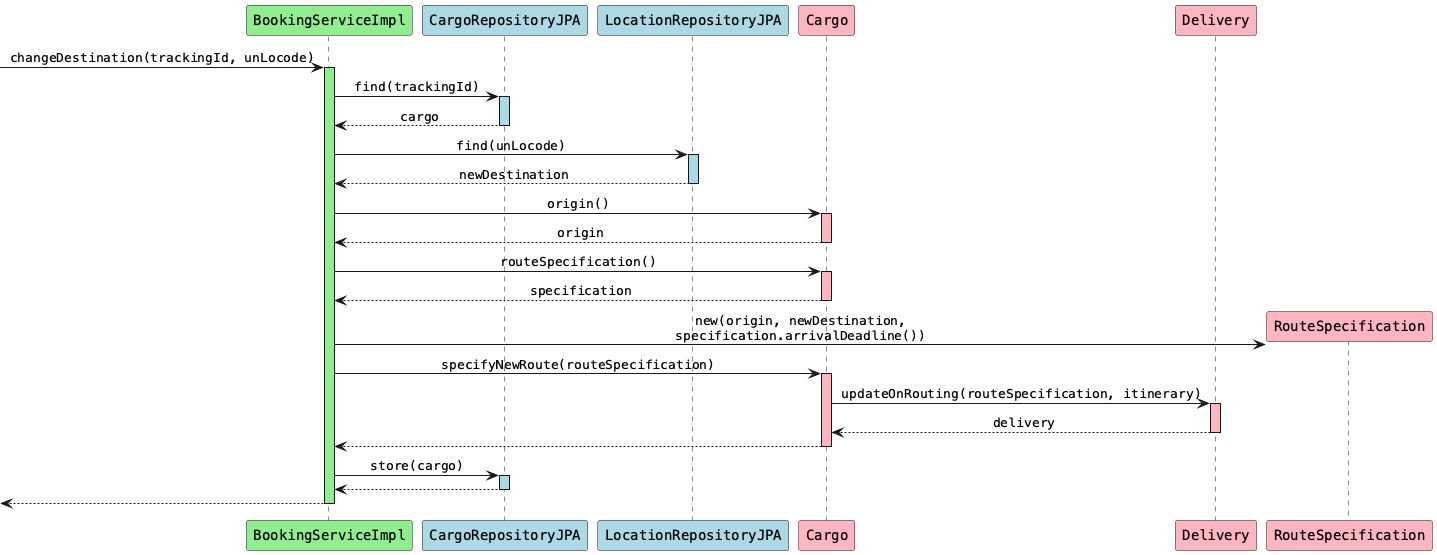
The PlantUML diagram diagrams/BookingServiceImpl_changeDestination.png in aowss/dddsample-core, before a commit. Its diagram source:
```plantuml
@startuml
skinparam monochrome false
skinparam defaultFontName Courier
skinparam sequenceMessageAlign center

participant "BookingServiceImpl" as bs #lightgreen
participant "CargoRepositoryJPA" as cr #lightblue
participant "LocationRepositoryJPA" as lr #lightblue
participant "Cargo" as c #lightpink
participant "Delivery" as d #lightpink
participant "RouteSpecification" as rs #lightpink

[-> bs: changeDestination(trackingId, unLocode)
activate bs #lightgreen

bs -> cr: find(trackingId)
activate cr #lightblue
cr --> bs: cargo
deactivate cr

bs -> lr: find(unLocode)
activate lr #lightblue
lr --> bs: newDestination
deactivate lr

bs -> c: origin()
activate c #lightpink
c --> bs: origin
deactivate c

bs -> c: routeSpecification()
activate c #lightpink
c --> bs: specification
deactivate c

create rs
bs -> rs: new(origin, newDestination,\nspecification.arrivalDeadline())

bs -> c: specifyNewRoute(routeSpecification)
activate c #lightpink

c -> d: updateOnRouting(routeSpecification, itinerary)
activate d #lightpink
d --> c: delivery
deactivate d

c --> bs
deactivate c

bs -> cr: store(cargo)
activate cr #lightblue
cr --> bs
deactivate cr

[<-- bs
deactivate bs

@enduml
```
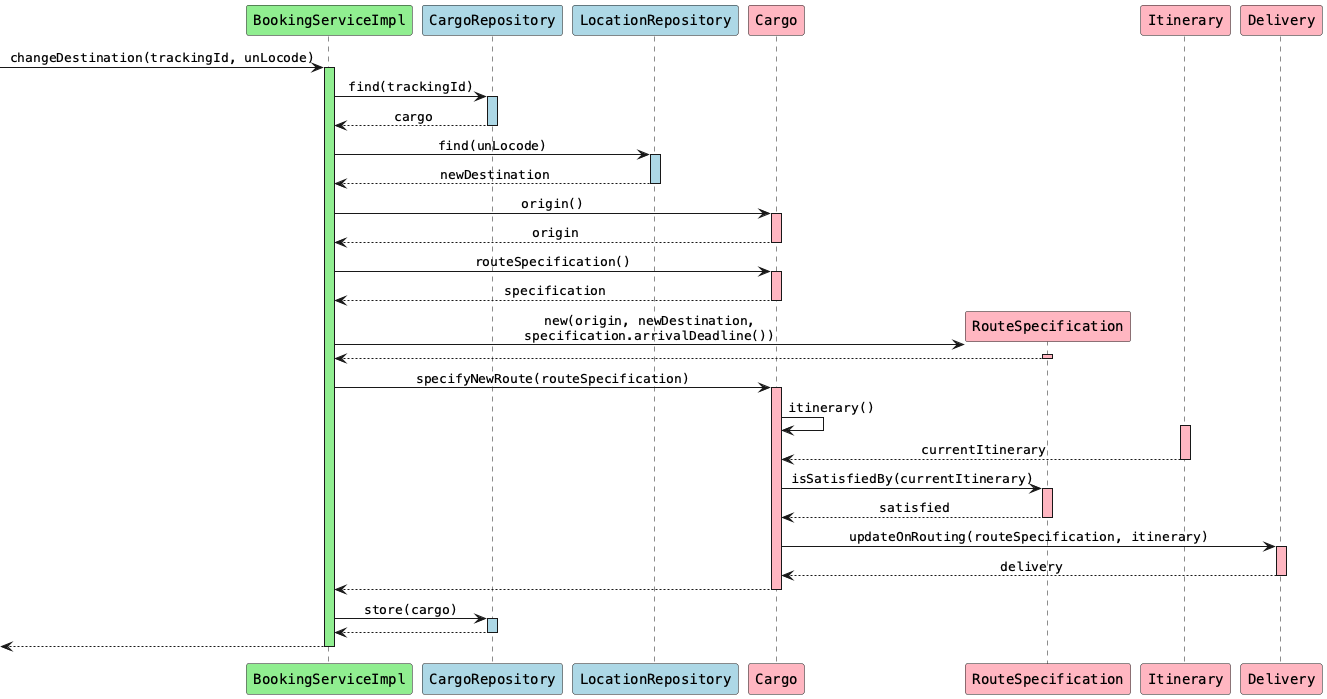
The same file after the commit.

Change to the diagram source:
```diff
@@ -4,11 +4,12 @@
 skinparam sequenceMessageAlign center
 
 participant "BookingServiceImpl" as bs #lightgreen
-participant "CargoRepositoryJPA" as cr #lightblue
-participant "LocationRepositoryJPA" as lr #lightblue
+participant "CargoRepository" as cr #lightblue
+participant "LocationRepository" as lr #lightblue
 participant "Cargo" as c #lightpink
+participant "RouteSpecification" as rs #lightpink
+participant "Itinerary" as i #lightpink
 participant "Delivery" as d #lightpink
-participant "RouteSpecification" as rs #lightpink
 
 [-> bs: changeDestination(trackingId, unLocode)
 activate bs #lightgreen
@@ -35,9 +36,22 @@
 
 create rs
 bs -> rs: new(origin, newDestination,\nspecification.arrivalDeadline())
+activate rs #lightpink
+rs --> bs
+deactivate rs
 
 bs -> c: specifyNewRoute(routeSpecification)
 activate c #lightpink
+
+c -> c: itinerary()
+activate i #lightpink
+i --> c: currentItinerary
+deactivate i
+
+c -> rs: isSatisfiedBy(currentItinerary)
+activate rs #lightpink
+rs --> c: satisfied
+deactivate rs
 
 c -> d: updateOnRouting(routeSpecification, itinerary)
 activate d #lightpink
```
